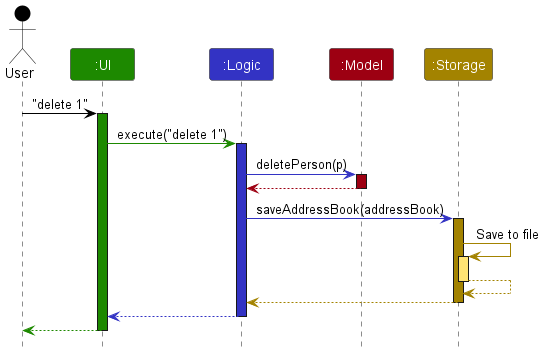
Above: docs/images/ArchitectureSequenceDiagram.png in nus-cs2103-AY2425S1/tp (PlantUML), before the change. Its source is kept beside it as docs/diagrams/ArchitectureSequenceDiagram.puml.
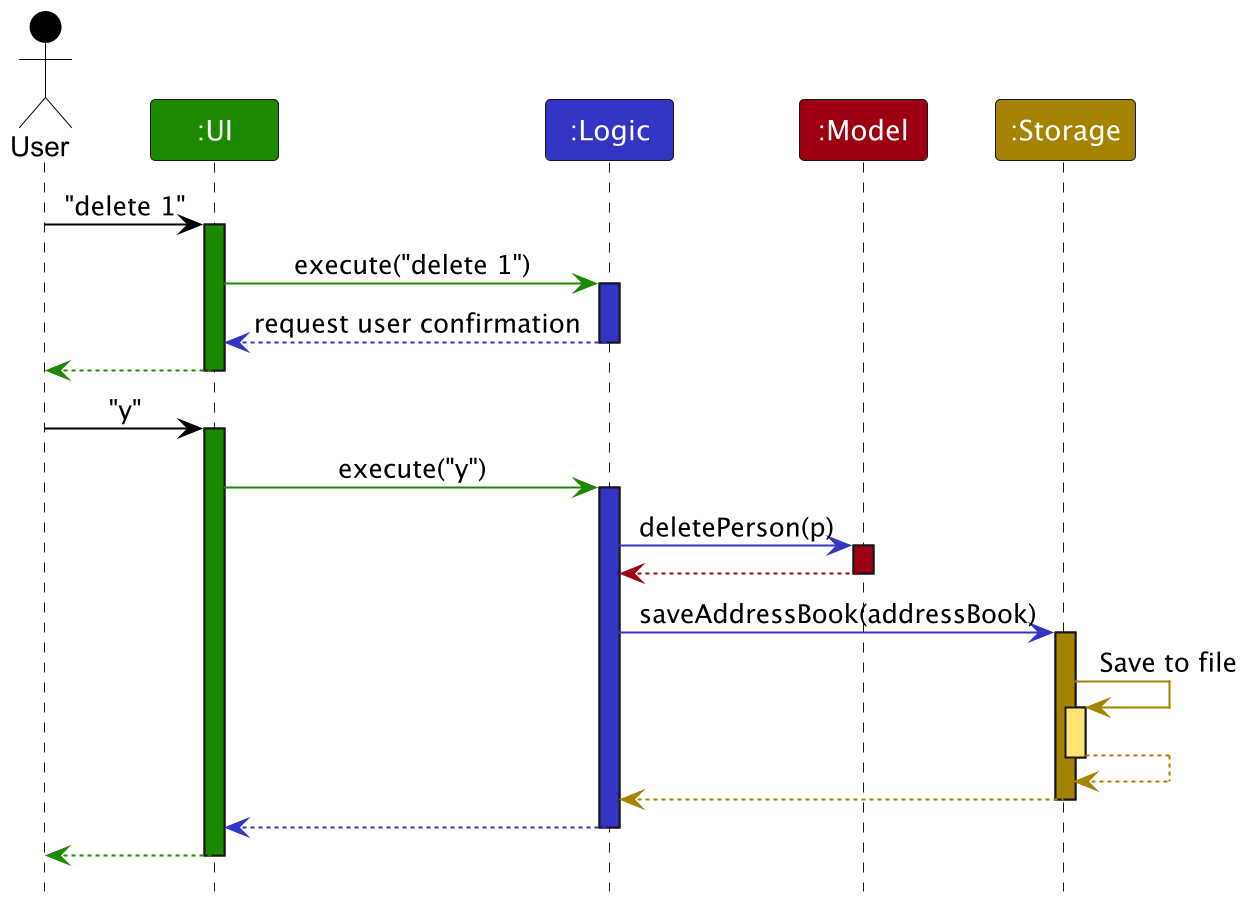
Later version of the same file.

Commit message:
doc: add label to indicate user confirmation is required

Diff of the diagram source:
```diff
@@ -13,7 +13,7 @@
 
 ui -[UI_COLOR]> logic : execute("delete 1")
 activate logic LOGIC_COLOR
-logic --[LOGIC_COLOR]> ui
+logic --[LOGIC_COLOR]> ui : request user confirmation
 deactivate logic
 
 ui --[UI_COLOR]> user
@@ -22,7 +22,7 @@
 user -[USER_COLOR]> ui : "y"
 activate ui UI_COLOR
 
-ui -[UI_COLOR]> logic : execute("delete 1")
+ui -[UI_COLOR]> logic : execute("y")
 activate logic LOGIC_COLOR
 
 logic -[LOGIC_COLOR]> model : deletePerson(p)
```
